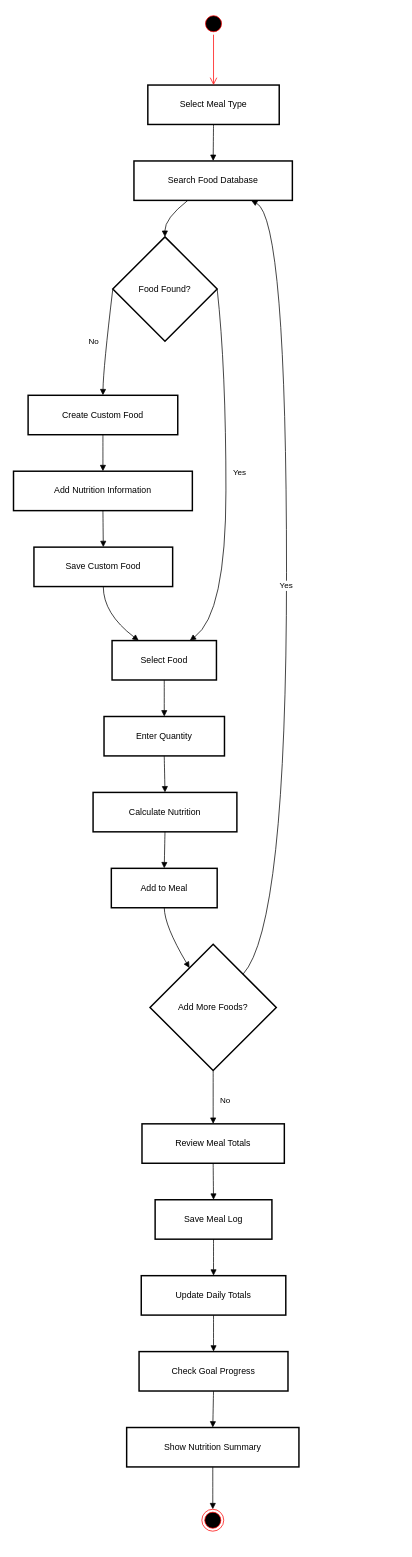
This is documents/Artifact Diagrams/Nutrition Tracking/NutritionTracking_Activity.drawio from lujamanandhar/FYP, a draw.io file, before an edit. Source tidied: cells renumbered, new cells numbered last; positions are measured from the earlier drawing's top-left corner, leaving out a move shared by most shapes. Both pictures are drawn from the tidied source at 73%, with x=0, y=0 at pixel (13, 12).
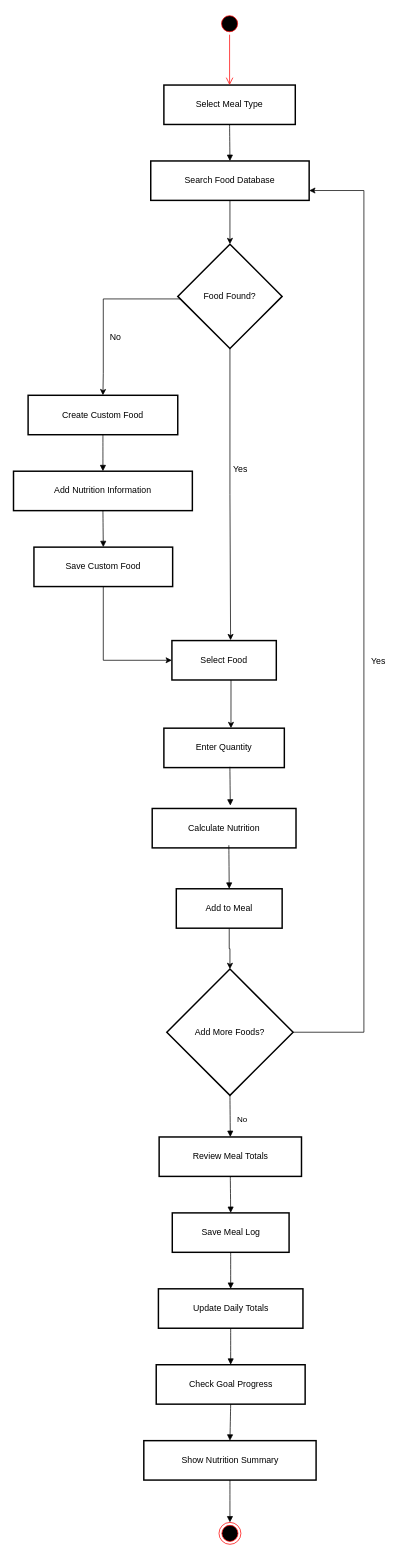
After the change.

Unchanged cells that the change refers to:
```xml
<mxCell id="5" value="Create Custom Food" style="whiteSpace=wrap;strokeWidth=2;" parent="1" vertex="1">
  <mxGeometry x="20" y="524" width="205" height="54" as="geometry" />
</mxCell>
<mxCell id="7" value="Save Custom Food" style="whiteSpace=wrap;strokeWidth=2;" parent="1" vertex="1">
  <mxGeometry x="28" y="732" width="190" height="54" as="geometry" />
</mxCell>
```

What changed in the source:
```diff
@@
     <mxCell id="2" value="Select Meal Type" style="whiteSpace=wrap;strokeWidth=2;" parent="1" vertex="1">
-      <mxGeometry x="184" y="99" width="180" height="54" as="geometry" />
+      <mxGeometry x="206" y="99" width="180" height="54" as="geometry" />
     </mxCell>
+    <mxCell id="19" style="edgeStyle=orthogonalEdgeStyle;rounded=0;jettySize=auto;html=1;entryX=0.5;entryY=0;entryDx=0;entryDy=0;" parent="1" edge="1" source="3" target="4">
+      <mxGeometry relative="1" as="geometry" />
+    </mxCell>
     <mxCell id="3" value="Search Food Database" style="whiteSpace=wrap;strokeWidth=2;" parent="1" vertex="1">
-      <mxGeometry x="165" y="203" width="217" height="54" as="geometry" />
+      <mxGeometry x="188" y="203" width="217" height="54" as="geometry" />
     </mxCell>
+    <mxCell id="39" style="edgeStyle=orthogonalEdgeStyle;rounded=0;jettySize=auto;html=1;entryX=0.5;entryY=0;entryDx=0;entryDy=0;" parent="1" edge="1" source="4" target="5">
+      <mxGeometry relative="1" as="geometry">
+        <Array as="points">
+          <mxPoint x="123" y="392" />
+          <mxPoint x="123" y="494" />
+        </Array>
+      </mxGeometry>
+    </mxCell>
     <mxCell id="4" value="Food Found?" style="rhombus;strokeWidth=2;whiteSpace=wrap;" parent="1" vertex="1">
-      <mxGeometry x="136" y="307" width="143" height="143" as="geometry" />
+      <mxGeometry x="225" y="317" width="143" height="143" as="geometry" />
     </mxCell>
@@
+    <mxCell id="23" style="edgeStyle=orthogonalEdgeStyle;rounded=0;jettySize=auto;html=1;entryX=0;entryY=0.5;entryDx=0;entryDy=0;" parent="1" edge="1" source="7" target="8">
+      <mxGeometry relative="1" as="geometry" />
+    </mxCell>
@@
+    <mxCell id="25" style="edgeStyle=orthogonalEdgeStyle;rounded=0;jettySize=auto;html=1;exitX=0.566;exitY=0.994;exitDx=0;exitDy=0;exitPerimeter=0;" parent="1" edge="1" source="8" target="9">
+      <mxGeometry relative="1" as="geometry">
+        <Array as="points">
+          <mxPoint x="298" y="970" />
+          <mxPoint x="298" y="970" />
+        </Array>
+      </mxGeometry>
+    </mxCell>
     <mxCell id="8" value="Select Food" style="whiteSpace=wrap;strokeWidth=2;" parent="1" vertex="1">
-      <mxGeometry x="135" y="860" width="143" height="54" as="geometry" />
+      <mxGeometry x="217" y="860" width="143" height="54" as="geometry" />
     </mxCell>
     <mxCell id="9" value="Enter Quantity" style="whiteSpace=wrap;strokeWidth=2;" parent="1" vertex="1">
-      <mxGeometry x="124" y="964" width="165" height="54" as="geometry" />
+      <mxGeometry x="206" y="980" width="165" height="54" as="geometry" />
     </mxCell>
     <mxCell id="10" value="Calculate Nutrition" style="whiteSpace=wrap;strokeWidth=2;" parent="1" vertex="1">
-      <mxGeometry x="109" y="1068" width="197" height="54" as="geometry" />
+      <mxGeometry x="190" y="1090" width="197" height="54" as="geometry" />
     </mxCell>
+    <mxCell id="28" style="edgeStyle=orthogonalEdgeStyle;rounded=0;jettySize=auto;html=1;" parent="1" edge="1" source="11" target="12">
+      <mxGeometry relative="1" as="geometry" />
+    </mxCell>
     <mxCell id="11" value="Add to Meal" style="whiteSpace=wrap;strokeWidth=2;" parent="1" vertex="1">
-      <mxGeometry x="134" y="1172" width="145" height="54" as="geometry" />
+      <mxGeometry x="223" y="1200" width="145" height="54" as="geometry" />
     </mxCell>
+    <mxCell id="29" style="edgeStyle=orthogonalEdgeStyle;rounded=0;jettySize=auto;html=1;entryX=1;entryY=0.75;entryDx=0;entryDy=0;" parent="1" edge="1" source="12" target="3">
+      <mxGeometry relative="1" as="geometry">
+        <Array as="points">
+          <mxPoint x="480" y="1397" />
+          <mxPoint x="480" y="244" />
+        </Array>
+      </mxGeometry>
+    </mxCell>
     <mxCell id="12" value="Add More Foods?" style="rhombus;strokeWidth=2;whiteSpace=wrap;" parent="1" vertex="1">
-      <mxGeometry x="187" y="1276" width="173" height="173" as="geometry" />
+      <mxGeometry x="210" y="1310" width="173" height="173" as="geometry" />
     </mxCell>
     <mxCell id="13" value="Review Meal Totals" style="whiteSpace=wrap;strokeWidth=2;" parent="1" vertex="1">
-      <mxGeometry x="176" y="1522" width="195" height="54" as="geometry" />
+      <mxGeometry x="199.5" y="1540" width="195" height="54" as="geometry" />
     </mxCell>
     <mxCell id="14" value="Save Meal Log" style="whiteSpace=wrap;strokeWidth=2;" parent="1" vertex="1">
-      <mxGeometry x="194" y="1626" width="160" height="54" as="geometry" />
+      <mxGeometry x="217.5" y="1644" width="160" height="54" as="geometry" />
     </mxCell>
     <mxCell id="15" value="Update Daily Totals" style="whiteSpace=wrap;strokeWidth=2;" parent="1" vertex="1">
-      <mxGeometry x="175" y="1730" width="198" height="54" as="geometry" />
+      <mxGeometry x="198.5" y="1748" width="198" height="54" as="geometry" />
     </mxCell>
     <mxCell id="16" value="Check Goal Progress" style="whiteSpace=wrap;strokeWidth=2;" parent="1" vertex="1">
-      <mxGeometry x="172" y="1834" width="204" height="54" as="geometry" />
+      <mxGeometry x="195.5" y="1852" width="204" height="54" as="geometry" />
     </mxCell>
     <mxCell id="17" value="Show Nutrition Summary" style="whiteSpace=wrap;strokeWidth=2;" parent="1" vertex="1">
-      <mxGeometry x="155" y="1938" width="236" height="54" as="geometry" />
+      <mxGeometry x="178.5" y="1956" width="236" height="54" as="geometry" />
     </mxCell>
@@
-    <mxCell id="19" style="curved=1;startArrow=none;endArrow=block;exitX=0.34;exitY=1;entryX=0.5;entryY=0;rounded=0;" parent="1" edge="1" source="3" target="4">
-      <mxGeometry relative="1" as="geometry">
-        <Array as="points">
-          <mxPoint x="207" y="282" />
-        </Array>
-      </mxGeometry>
-    </mxCell>
-    <mxCell id="20" value="No" style="curved=1;startArrow=none;endArrow=block;exitX=0;exitY=0.5;entryX=0.5;entryY=-0.01;rounded=0;exitDx=0;exitDy=0;" parent="1" edge="1" source="4" target="5">
-      <mxGeometry x="0.01" y="-17" relative="1" as="geometry">
-        <Array as="points">
-          <mxPoint x="123" y="487" />
-        </Array>
-      </mxGeometry>
-    </mxCell>
@@
-    <mxCell id="23" style="curved=1;startArrow=none;endArrow=block;exitX=0.5;exitY=0.99;entryX=0.25;entryY=-0.01;rounded=0;" parent="1" edge="1" source="7" target="8">
-      <mxGeometry relative="1" as="geometry">
-        <Array as="points">
-          <mxPoint x="123" y="823" />
-        </Array>
-      </mxGeometry>
-    </mxCell>
-    <mxCell id="24" value="Yes" style="curved=1;startArrow=none;endArrow=block;exitX=1;exitY=0.5;entryX=0.75;entryY=-0.01;rounded=0;exitDx=0;exitDy=0;" parent="1" edge="1" source="4" target="8">
-      <mxGeometry x="-0.01" y="19" relative="1" as="geometry">
-        <Array as="points">
-          <mxPoint x="291" y="487" />
-          <mxPoint x="291" y="823" />
-        </Array>
-      </mxGeometry>
-    </mxCell>
-    <mxCell id="25" style="curved=1;startArrow=none;endArrow=block;exitX=0.5;exitY=0.99;entryX=0.5;entryY=-0.01;rounded=0;" parent="1" edge="1" source="8" target="9">
-      <mxGeometry relative="1" as="geometry" />
-    </mxCell>
-    <mxCell id="26" style="curved=1;startArrow=none;endArrow=block;exitX=0.5;exitY=0.99;entryX=0.5;entryY=-0.01;rounded=0;" parent="1" edge="1" source="9" target="10">
-      <mxGeometry relative="1" as="geometry" />
+    <mxCell id="26" style="curved=1;startArrow=none;endArrow=block;rounded=0;exitX=0.548;exitY=0.98;exitDx=0;exitDy=0;exitPerimeter=0;" parent="1" edge="1" source="9">
+      <mxGeometry relative="1" as="geometry">
+        <mxPoint x="297" y="1086" as="targetPoint" />
+      </mxGeometry>
     </mxCell>
-    <mxCell id="27" style="curved=1;startArrow=none;endArrow=block;exitX=0.5;exitY=0.99;entryX=0.5;entryY=-0.01;rounded=0;" parent="1" edge="1" source="10" target="11">
+    <mxCell id="27" style="curved=1;startArrow=none;endArrow=block;exitX=0.533;exitY=0.932;entryX=0.5;entryY=-0.01;rounded=0;exitDx=0;exitDy=0;exitPerimeter=0;" parent="1" edge="1" source="10" target="11">
       <mxGeometry relative="1" as="geometry" />
     </mxCell>
-    <mxCell id="28" style="curved=1;startArrow=none;endArrow=block;exitX=0.5;exitY=0.99;entryX=0.2;entryY=0;rounded=0;" parent="1" edge="1" source="11" target="12">
-      <mxGeometry relative="1" as="geometry">
-        <Array as="points">
-          <mxPoint x="207" y="1251" />
-        </Array>
-      </mxGeometry>
-    </mxCell>
-    <mxCell id="29" value="Yes" style="curved=1;startArrow=none;endArrow=block;exitX=0.95;exitY=0;entryX=0.74;entryY=1;rounded=0;" parent="1" edge="1" source="12" target="3">
-      <mxGeometry relative="1" as="geometry">
-        <Array as="points">
-          <mxPoint x="374" y="1251" />
-          <mxPoint x="374" y="282" />
-        </Array>
-      </mxGeometry>
-    </mxCell>
@@
     <mxCell id="36" style="ellipse;html=1;shape=endState;fillColor=#000000;strokeColor=#ff0000;" parent="1" vertex="1">
-      <mxGeometry x="258" y="2050" width="30" height="30" as="geometry" />
+      <mxGeometry x="281.5" y="2068" width="30" height="30" as="geometry" />
     </mxCell>
     <mxCell id="37" style="ellipse;html=1;shape=startState;fillColor=#000000;strokeColor=#ff0000;" parent="1" vertex="1">
-      <mxGeometry x="259" width="30" height="30" as="geometry" />
+      <mxGeometry x="281" width="30" height="30" as="geometry" />
     </mxCell>
@@
+    <mxCell id="24" style="edgeStyle=orthogonalEdgeStyle;rounded=0;jettySize=auto;html=1;entryX=0.562;entryY=-0.009;entryDx=0;entryDy=0;entryPerimeter=0;" parent="1" edge="1" source="4" target="8">
+      <mxGeometry relative="1" as="geometry" />
+    </mxCell>
+    <mxCell id="40" value="Yes" style="text;html=1;whiteSpace=wrap;strokeColor=none;fillColor=none;align=center;verticalAlign=middle;rounded=0;" parent="1" vertex="1">
+      <mxGeometry x="281" y="610" width="60" height="30" as="geometry" />
+    </mxCell>
+    <mxCell id="20" value="No" style="text;html=1;whiteSpace=wrap;strokeColor=none;fillColor=none;align=center;verticalAlign=middle;rounded=0;" parent="1" vertex="1">
+      <mxGeometry x="110" y="430" width="60" height="30" as="geometry" />
+    </mxCell>
+    <mxCell id="41" value="Yes" style="text;html=1;whiteSpace=wrap;strokeColor=none;fillColor=none;align=center;verticalAlign=middle;rounded=0;" parent="1" vertex="1">
+      <mxGeometry x="470" y="874" width="60" height="30" as="geometry" />
+    </mxCell>
```
